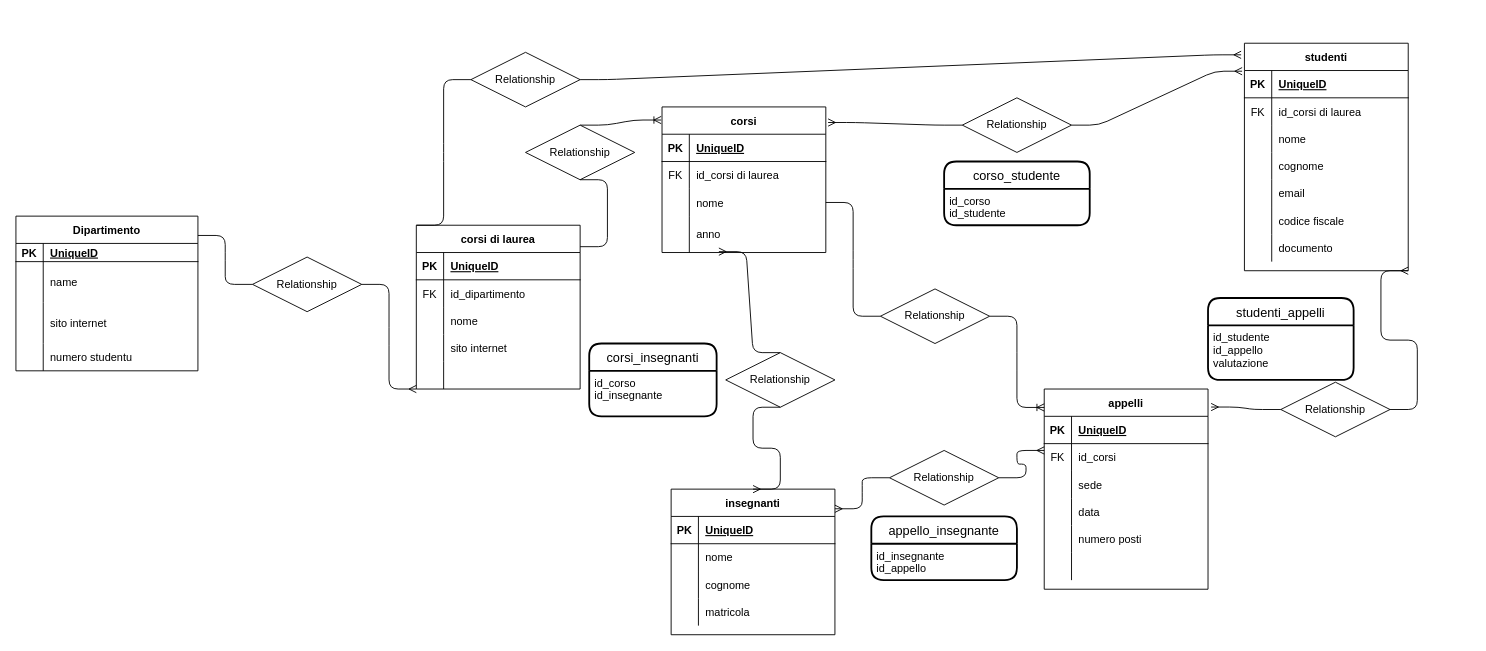
Above: db-uni.drawio in Andretreccia/db-university (draw.io), before the change. Source tidied: cells renumbered, new cells numbered last; positions are measured from the earlier drawing's top-left corner, leaving out a move shared by most shapes. Both pictures are drawn from the tidied source at 91%, with x=0, y=0 at pixel (15, 43).
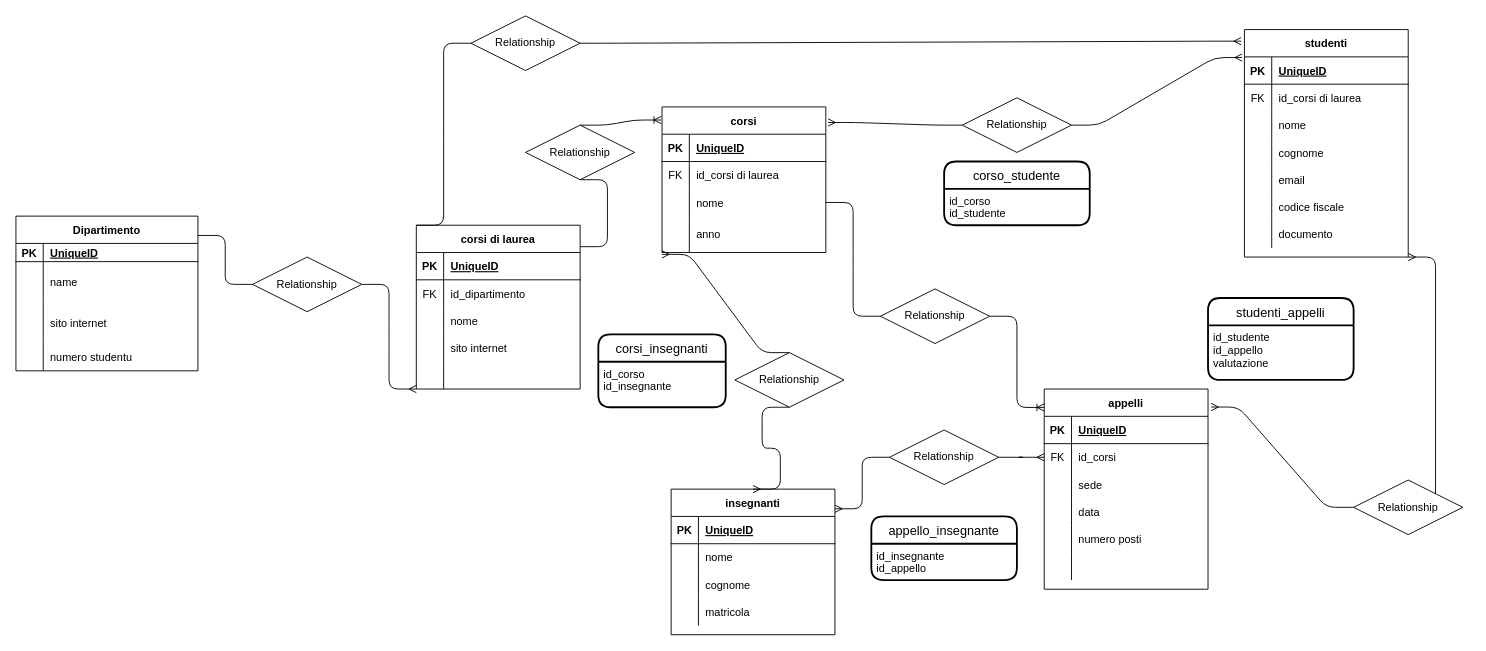
The same diagram, later.

Unchanged cells that the change refers to:
```xml
<mxCell id="41" style="shape=partialRectangle;fillColor=none;top=0;left=0;bottom=0;right=0;points=[[0,0.5],[1,0.5]];portConstraint=eastwest;" parent="31" vertex="1">
  <mxGeometry y="120" width="180" height="40" as="geometry" />
</mxCell>
<mxCell id="101" style="shape=partialRectangle;fillColor=none;top=0;left=0;bottom=0;right=0;points=[[0,0.5],[1,0.5]];portConstraint=eastwest;" parent="97" vertex="1">
  <mxGeometry y="60" width="180" height="30" as="geometry" />
</mxCell>
```

Change to the diagram source:
```diff
@@
     <mxCell id="57" value="studenti" style="shape=table;startSize=30;childLayout=tableLayout;rowLines=0;fontStyle=1;align=center;" parent="1" vertex="1">
-      <mxGeometry x="1350" width="180" height="250" as="geometry" />
+      <mxGeometry x="1350" y="-15" width="180" height="250" as="geometry" />
     </mxCell>
@@
-    <mxCell id="82" style="edgeStyle=entityRelationEdgeStyle;fontSize=12;html=1;endArrow=ERmany;startArrow=none;exitX=0.5;exitY=0;exitDx=0;exitDy=0;entryX=0.347;entryY=0.976;entryDx=0;entryDy=0;entryPerimeter=0;" parent="1" edge="1" source="83" target="41">
+    <mxCell id="82" style="edgeStyle=entityRelationEdgeStyle;fontSize=12;html=1;endArrow=ERmany;startArrow=none;entryX=-0.001;entryY=1.05;entryDx=0;entryDy=0;entryPerimeter=0;exitX=0.5;exitY=0;exitDx=0;exitDy=0;" parent="1" edge="1" source="83" target="41">
       <mxGeometry relative="1" as="geometry" />
     </mxCell>
     <mxCell id="83" value="Relationship" style="shape=rhombus;perimeter=rhombusPerimeter;whiteSpace=wrap;html=1;align=center;" parent="1" vertex="1">
-      <mxGeometry x="780" y="340" width="120" height="60" as="geometry" />
+      <mxGeometry x="790" y="340" width="120" height="60" as="geometry" />
     </mxCell>
@@
-    <mxCell id="86" style="edgeStyle=entityRelationEdgeStyle;fontSize=12;html=1;endArrow=ERmany;startArrow=none;exitX=1;exitY=0.5;exitDx=0;exitDy=0;entryX=0;entryY=0.5;entryDx=0;entryDy=0;" parent="1" edge="1" source="95">
-      <mxGeometry relative="1" as="geometry">
-        <mxPoint x="1130" y="447.5" as="targetPoint" />
-      </mxGeometry>
+    <mxCell id="86" style="edgeStyle=entityRelationEdgeStyle;fontSize=12;html=1;endArrow=ERmany;startArrow=none;exitX=1;exitY=0.5;exitDx=0;exitDy=0;entryX=0;entryY=0.5;entryDx=0;entryDy=0;" parent="1" edge="1" source="95" target="101">
+      <mxGeometry relative="1" as="geometry" />
     </mxCell>
@@
     <mxCell id="88" value="Relationship" style="shape=rhombus;perimeter=rhombusPerimeter;whiteSpace=wrap;html=1;align=center;" parent="1" vertex="1">
-      <mxGeometry x="500" y="10" width="120" height="60" as="geometry" />
+      <mxGeometry x="500" y="-30" width="120" height="60" as="geometry" />
     </mxCell>
@@
     <mxCell id="90" value="Relationship" style="shape=rhombus;perimeter=rhombusPerimeter;whiteSpace=wrap;html=1;align=center;" parent="1" vertex="1">
-      <mxGeometry x="1390" y="372.5" width="120" height="60" as="geometry" />
+      <mxGeometry x="1470" y="480" width="120" height="60" as="geometry" />
     </mxCell>
@@
     <mxCell id="95" value="Relationship" style="shape=rhombus;perimeter=rhombusPerimeter;whiteSpace=wrap;html=1;align=center;" parent="1" vertex="1">
-      <mxGeometry x="960" y="447.5" width="120" height="60" as="geometry" />
+      <mxGeometry x="960" y="425" width="120" height="60" as="geometry" />
     </mxCell>
@@
     <mxCell id="127" value="corsi_insegnanti" style="swimlane;horizontal=1;startSize=30;rounded=1;fontSize=14;fontStyle=0;strokeWidth=2;shadow=0;dashed=0;align=center;" parent="1" vertex="1">
-      <mxGeometry x="630" y="330" width="140" height="80" as="geometry" />
+      <mxGeometry x="640" y="320" width="140" height="80" as="geometry" />
     </mxCell>
```
